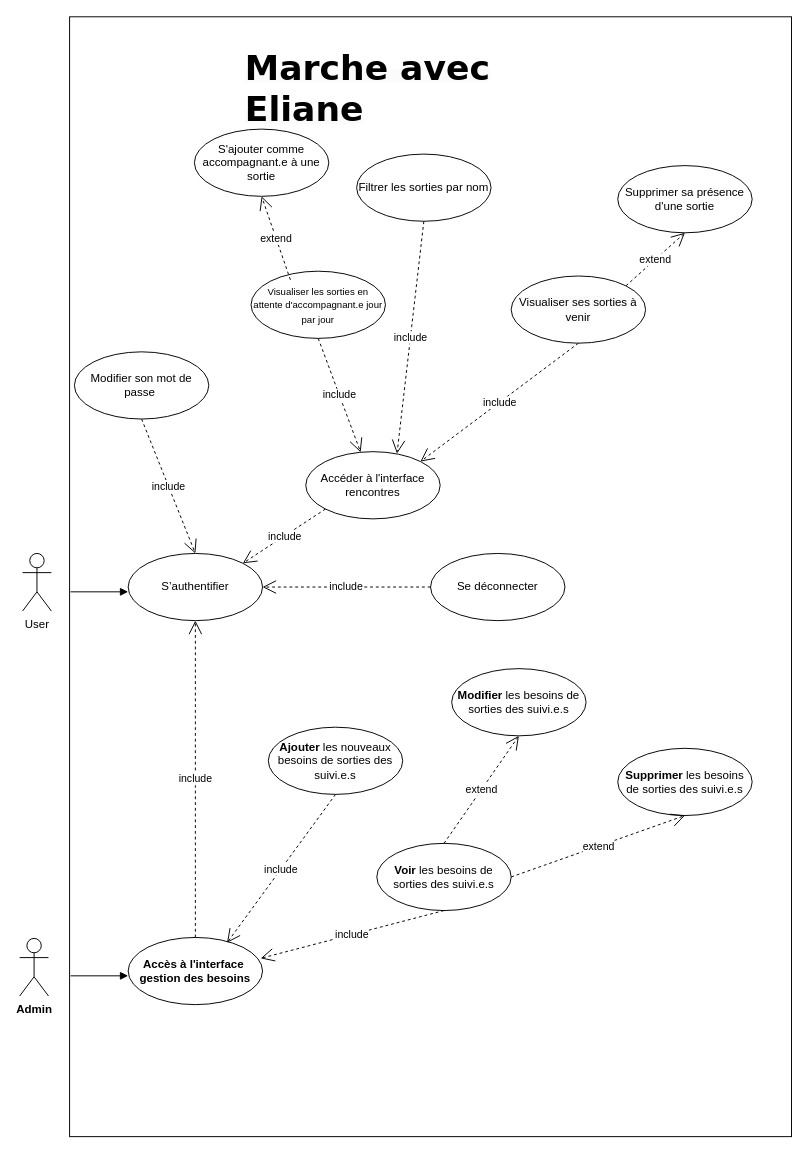
Earlier version of the draw.io diagram page "UserCaseDiagram_MaE" (4 of 7) of MCD_MaE.drawio (AnneGicquel/MCD_Marche_avec_Eliane). Source tidied: cells renumbered, new cells numbered last; positions are measured from the earlier drawing's top-left corner, leaving out a move shared by most shapes. Both pictures are drawn from the tidied source at 96%, with x=0, y=0 at pixel (19, 16).
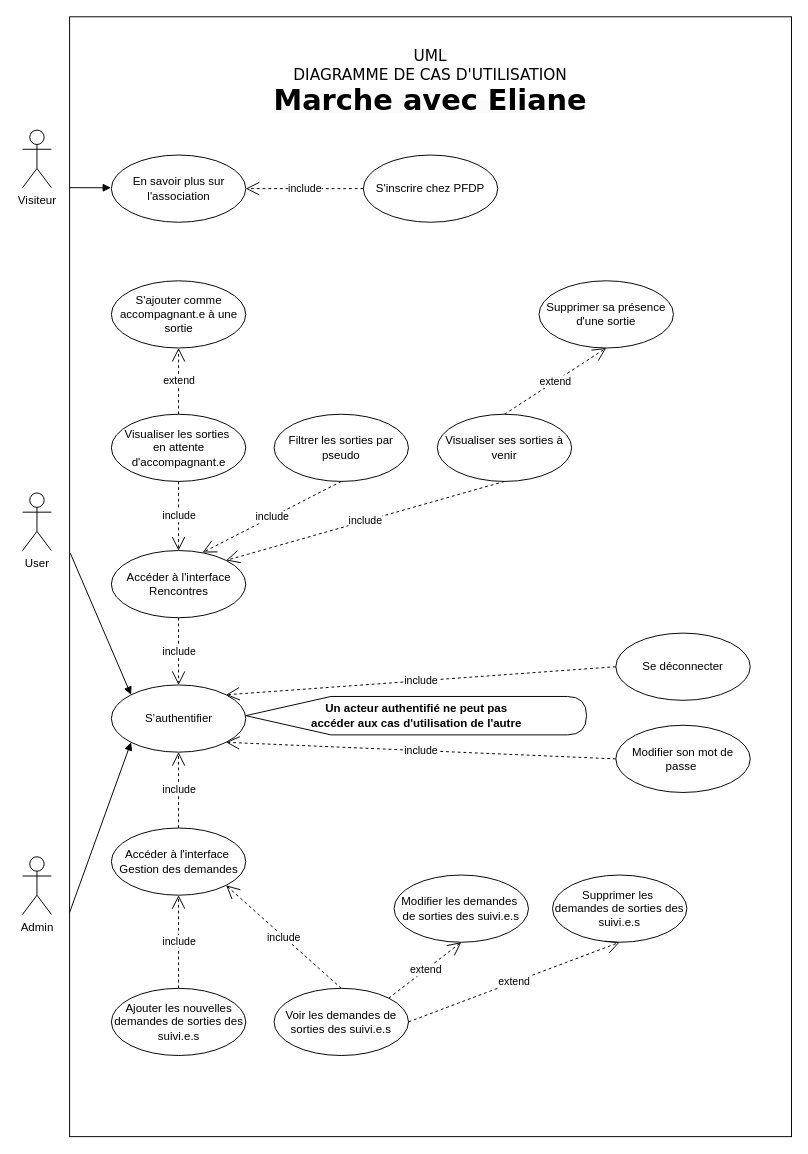
The same diagram, later.

Commit message:
Mettre à jour MCD_MaE.drawio

Unchanged cells that the change refers to:
```xml
<mxCell id="2" style="rounded=0;whiteSpace=wrap;html=1;" parent="1" vertex="1">
  <mxGeometry x="52" width="752" height="1166.5" as="geometry" />
</mxCell>
```

What changed in the source:
```diff
@@
     <mxCell id="3" value="User" style="shape=umlActor;verticalLabelPosition=bottom;verticalAlign=top;html=1;" parent="1" vertex="1">
-      <mxGeometry x="3" y="559" width="30" height="60" as="geometry" />
+      <mxGeometry x="3" y="496" width="30" height="60" as="geometry" />
     </mxCell>
-    <mxCell id="4" value="&lt;span&gt;Admin&lt;/span&gt;" style="shape=umlActor;verticalLabelPosition=bottom;verticalAlign=top;html=1;fontStyle=1;" parent="1" vertex="1">
-      <mxGeometry y="960" width="30" height="60" as="geometry" />
+    <mxCell id="4" value="&lt;span style=&quot;font-weight: normal;&quot;&gt;Admin&lt;/span&gt;" style="shape=umlActor;verticalLabelPosition=bottom;verticalAlign=top;html=1;fontStyle=1;" parent="1" vertex="1">
+      <mxGeometry x="3" y="875" width="30" height="60" as="geometry" />
     </mxCell>
-    <mxCell id="5" value="S’authentifier" style="ellipse;whiteSpace=wrap;html=1;" parent="1" vertex="1">
-      <mxGeometry x="113" y="559" width="140" height="70" as="geometry" />
-    </mxCell>
-    <mxCell id="6" value="include" style="endArrow=open;endSize=12;dashed=1;html=1;rounded=0;exitX=0.5;exitY=1;exitDx=0;exitDy=0;entryX=0.5;entryY=0;entryDx=0;entryDy=0;" parent="1" edge="1" source="7" target="5">
+    <mxCell id="6" value="include" style="endArrow=open;endSize=12;dashed=1;html=1;rounded=0;exitX=0;exitY=0.5;exitDx=0;exitDy=0;entryX=1;entryY=1;entryDx=0;entryDy=0;" parent="1" edge="1" source="7" target="5">
       <mxGeometry relative="1" as="geometry" />
     </mxCell>
     <mxCell id="7" value="Modifier son mot de passe&amp;nbsp;" style="ellipse;whiteSpace=wrap;html=1;" parent="1" vertex="1">
-      <mxGeometry x="57" y="349" width="140" height="70" as="geometry" />
+      <mxGeometry x="621" y="738" width="140" height="70" as="geometry" />
     </mxCell>
-    <mxCell id="8" value="Accéder à l'interface rencontres" style="ellipse;whiteSpace=wrap;html=1;" parent="1" vertex="1">
-      <mxGeometry x="298" y="453" width="140" height="70" as="geometry" />
+    <mxCell id="8" value="Accéder à l'interface Rencontres" style="ellipse;whiteSpace=wrap;html=1;" parent="1" vertex="1">
+      <mxGeometry x="95.5" y="556" width="140" height="70" as="geometry" />
     </mxCell>
-    <mxCell id="9" value="&lt;div&gt;&lt;span style=&quot;background-color: initial;&quot;&gt;&lt;font style=&quot;font-size: 10px;&quot;&gt;Visualiser les sorties en attente d'accompagnant.e jour par jour&lt;/font&gt;&lt;/span&gt;&lt;br&gt;&lt;/div&gt;" style="ellipse;whiteSpace=wrap;html=1;" parent="1" vertex="1">
-      <mxGeometry x="241" y="265" width="140" height="70" as="geometry" />
+    <mxCell id="9" value="&lt;div style=&quot;&quot;&gt;&lt;span style=&quot;background-color: initial;&quot;&gt;&lt;font style=&quot;font-size: 12px;&quot;&gt;Visualiser les sorties&amp;nbsp;&lt;/font&gt;&lt;/span&gt;&lt;/div&gt;&lt;div style=&quot;&quot;&gt;&lt;span style=&quot;background-color: initial;&quot;&gt;&lt;font style=&quot;font-size: 12px;&quot;&gt;en attente d'accompagnant.e&lt;/font&gt;&lt;/span&gt;&lt;/div&gt;" style="ellipse;whiteSpace=wrap;html=1;" parent="1" vertex="1">
+      <mxGeometry x="95.5" y="414" width="140" height="70" as="geometry" />
     </mxCell>
     <mxCell id="10" value="S'ajouter comme accompagnant.e à une sortie" style="ellipse;whiteSpace=wrap;html=1;" parent="1" vertex="1">
-      <mxGeometry x="182" y="117" width="140" height="70" as="geometry" />
+      <mxGeometry x="95.5" y="275" width="140" height="70" as="geometry" />
     </mxCell>
     <mxCell id="11" value="&lt;span style=&quot;color: rgb(0, 0, 0); font-family: Helvetica; font-size: 12px; font-style: normal; font-variant-ligatures: normal; font-variant-caps: normal; font-weight: 400; letter-spacing: normal; orphans: 2; text-align: center; text-indent: 0px; text-transform: none; widows: 2; word-spacing: 0px; -webkit-text-stroke-width: 0px; white-space: normal; background-color: rgb(251, 251, 251); text-decoration-thickness: initial; text-decoration-style: initial; text-decoration-color: initial; display: inline !important; float: none;&quot;&gt;Visualiser ses sorties à venir&lt;/span&gt;" style="ellipse;whiteSpace=wrap;html=1;" parent="1" vertex="1">
-      <mxGeometry x="512" y="270" width="140" height="70" as="geometry" />
+      <mxGeometry x="435" y="414" width="140" height="70" as="geometry" />
     </mxCell>
-    <mxCell id="12" value="Filtrer les sorties par nom" style="ellipse;whiteSpace=wrap;html=1;" parent="1" vertex="1">
-      <mxGeometry x="351" y="143" width="140" height="70" as="geometry" />
+    <mxCell id="12" value="Filtrer les sorties par pseudo" style="ellipse;whiteSpace=wrap;html=1;" parent="1" vertex="1">
+      <mxGeometry x="265" y="414" width="140" height="70" as="geometry" />
     </mxCell>
     <mxCell id="13" value="Supprimer sa présence d'une sortie" style="ellipse;whiteSpace=wrap;html=1;" parent="1" vertex="1">
-      <mxGeometry x="623" y="155" width="140" height="70" as="geometry" />
+      <mxGeometry x="541" y="275" width="140" height="70" as="geometry" />
     </mxCell>
@@
-    <mxCell id="16" value="extend" style="endArrow=open;endSize=12;dashed=1;html=1;rounded=0;exitX=0.5;exitY=1;exitDx=0;exitDy=0;entryX=0.5;entryY=1;entryDx=0;entryDy=0;" parent="1" edge="1" target="10">
-      <mxGeometry relative="1" as="geometry">
-        <mxPoint x="282" y="274" as="sourcePoint" />
-      </mxGeometry>
+    <mxCell id="16" value="extend" style="endArrow=open;endSize=12;dashed=1;html=1;rounded=0;exitX=0.5;exitY=0;exitDx=0;exitDy=0;entryX=0.5;entryY=1;entryDx=0;entryDy=0;" parent="1" edge="1" source="9" target="10">
+      <mxGeometry relative="1" as="geometry" />
     </mxCell>
@@
-    <mxCell id="18" value="include" style="endArrow=open;endSize=12;dashed=1;html=1;rounded=0;entryX=1;entryY=0;entryDx=0;entryDy=0;exitX=0;exitY=1;exitDx=0;exitDy=0;" parent="1" edge="1" source="8" target="5">
+    <mxCell id="18" value="include" style="endArrow=open;endSize=12;dashed=1;html=1;rounded=0;exitX=0.5;exitY=1;exitDx=0;exitDy=0;entryX=0.5;entryY=0;entryDx=0;entryDy=0;" parent="1" edge="1" source="8" target="5">
       <mxGeometry relative="1" as="geometry" />
     </mxCell>
-    <mxCell id="19" value="extend" style="endArrow=open;endSize=12;dashed=1;html=1;rounded=0;entryX=0.5;entryY=1;entryDx=0;entryDy=0;exitX=1;exitY=0;exitDx=0;exitDy=0;" parent="1" edge="1" source="11" target="13">
+    <mxCell id="19" value="extend" style="endArrow=open;endSize=12;dashed=1;html=1;rounded=0;entryX=0.5;entryY=1;entryDx=0;entryDy=0;exitX=0.5;exitY=0;exitDx=0;exitDy=0;" parent="1" edge="1" source="11" target="13">
       <mxGeometry relative="1" as="geometry" />
     </mxCell>
-    <mxCell id="20" value="&lt;span style=&quot;font-weight: 700;&quot;&gt;Accès à l'interface&amp;nbsp; gestion des besoins&lt;/span&gt;" style="ellipse;whiteSpace=wrap;html=1;" parent="1" vertex="1">
-      <mxGeometry x="113" y="959" width="140" height="70" as="geometry" />
+    <mxCell id="20" value="Accéder à l'interface&amp;nbsp; Gestion des demandes" style="ellipse;whiteSpace=wrap;html=1;" parent="1" vertex="1">
+      <mxGeometry x="95.5" y="845" width="140" height="70" as="geometry" />
     </mxCell>
@@
     <mxCell id="22" style="html=1;verticalAlign=bottom;endArrow=block;curved=0;rounded=0;" parent="1" edge="1">
       <mxGeometry x="0.75" y="80" relative="1" as="geometry">
-        <mxPoint x="53" y="599" as="sourcePoint" />
-        <mxPoint x="113" y="599" as="targetPoint" />
+        <mxPoint x="52" y="178" as="sourcePoint" />
+        <mxPoint x="95" y="178.1" as="targetPoint" />
       </mxGeometry>
     </mxCell>
-    <mxCell id="23" style="html=1;verticalAlign=bottom;endArrow=block;curved=0;rounded=0;" parent="1" edge="1">
+    <mxCell id="23" style="html=1;verticalAlign=bottom;endArrow=block;curved=0;rounded=0;entryX=0;entryY=1;entryDx=0;entryDy=0;" parent="1" edge="1" target="5">
       <mxGeometry x="1" y="-41" relative="1" as="geometry">
-        <mxPoint x="53" y="999" as="sourcePoint" />
-        <mxPoint x="113" y="999" as="targetPoint" />
+        <mxPoint x="52" y="933" as="sourcePoint" />
         <mxPoint x="10" y="-1" as="offset" />
       </mxGeometry>
     </mxCell>
-    <mxCell id="24" value="&lt;b&gt;Voir&lt;/b&gt;&amp;nbsp;les besoins de sorties des suivi.e.s" style="ellipse;whiteSpace=wrap;html=1;" parent="1" vertex="1">
-      <mxGeometry x="372" y="861" width="140" height="70" as="geometry" />
+    <mxCell id="24" value="Voir&amp;nbsp;les demandes de sorties des suivi.e.s" style="ellipse;whiteSpace=wrap;html=1;" parent="1" vertex="1">
+      <mxGeometry x="265" y="1012" width="140" height="70" as="geometry" />
     </mxCell>
-    <mxCell id="25" value="&lt;b&gt;Ajouter&lt;/b&gt; les nouveaux besoins de sorties des suivi.e.s" style="ellipse;whiteSpace=wrap;html=1;" parent="1" vertex="1">
-      <mxGeometry x="259" y="740" width="140" height="70" as="geometry" />
+    <mxCell id="25" value="Ajouter les nouvelles demandes de sorties des suivi.e.s" style="ellipse;whiteSpace=wrap;html=1;" parent="1" vertex="1">
+      <mxGeometry x="95.5" y="1012" width="140" height="70" as="geometry" />
     </mxCell>
-    <mxCell id="26" value="&lt;b&gt;Supprimer&lt;/b&gt; les besoins de sorties des suivi.e.s" style="ellipse;whiteSpace=wrap;html=1;" parent="1" vertex="1">
-      <mxGeometry x="623" y="762" width="140" height="70" as="geometry" />
+    <mxCell id="26" value="Supprimer les&amp;nbsp;&lt;div&gt;demandes&amp;nbsp;&lt;span style=&quot;background-color: initial;&quot;&gt;de sorties des suivi.e.s&lt;/span&gt;&lt;/div&gt;" style="ellipse;whiteSpace=wrap;html=1;" parent="1" vertex="1">
+      <mxGeometry x="555" y="894" width="140" height="70" as="geometry" />
     </mxCell>
-    <mxCell id="27" value="include" style="endArrow=open;endSize=12;dashed=1;html=1;rounded=0;exitX=0.5;exitY=1;exitDx=0;exitDy=0;entryX=0.986;entryY=0.311;entryDx=0;entryDy=0;entryPerimeter=0;" parent="1" edge="1" source="24" target="20">
+    <mxCell id="27" value="include" style="endArrow=open;endSize=12;dashed=1;html=1;rounded=0;exitX=0.5;exitY=0;exitDx=0;exitDy=0;entryX=1;entryY=1;entryDx=0;entryDy=0;" parent="1" edge="1" source="24" target="20">
       <mxGeometry relative="1" as="geometry" />
     </mxCell>
-    <mxCell id="28" value="include" style="endArrow=open;endSize=12;dashed=1;html=1;rounded=0;entryX=0.736;entryY=0.079;entryDx=0;entryDy=0;exitX=0.5;exitY=1;exitDx=0;exitDy=0;entryPerimeter=0;" parent="1" edge="1" source="25" target="20">
+    <mxCell id="28" value="include" style="endArrow=open;endSize=12;dashed=1;html=1;rounded=0;entryX=0.5;entryY=1;entryDx=0;entryDy=0;exitX=0.5;exitY=0;exitDx=0;exitDy=0;" parent="1" edge="1" source="25" target="20">
       <mxGeometry relative="1" as="geometry" />
     </mxCell>
-    <mxCell id="29" value="&lt;span style=&quot;color: rgb(0, 0, 0); font-style: normal; font-variant-ligatures: normal; font-variant-caps: normal; letter-spacing: normal; orphans: 2; text-align: center; text-indent: 0px; text-transform: none; widows: 2; word-spacing: 0px; -webkit-text-stroke-width: 0px; white-space: normal; background-color: rgb(251, 251, 251); text-decoration-thickness: initial; text-decoration-style: initial; text-decoration-color: initial; float: none; display: inline !important;&quot;&gt;&lt;font face=&quot;Verdana&quot; style=&quot;font-size: 36px;&quot;&gt;&lt;b style=&quot;&quot;&gt;Marche avec Eliane&lt;/b&gt;&lt;/font&gt;&lt;/span&gt;" style="text;whiteSpace=wrap;html=1;" parent="1" vertex="1">
+    <mxCell id="29" value="&lt;span style=&quot;color: rgb(0, 0, 0); font-style: normal; font-variant-ligatures: normal; font-variant-caps: normal; letter-spacing: normal; orphans: 2; text-indent: 0px; text-transform: none; widows: 2; word-spacing: 0px; -webkit-text-stroke-width: 0px; white-space: normal; background-color: rgb(251, 251, 251); text-decoration-thickness: initial; text-decoration-style: initial; text-decoration-color: initial; float: none; display: inline !important; font-size: 16px;&quot;&gt;&lt;font style=&quot;font-size: 16px;&quot; face=&quot;Verdana&quot;&gt;&lt;p style=&quot;margin: 0px; font-variant-numeric: normal; font-variant-east-asian: normal; font-variant-alternates: normal; font-kerning: auto; font-optical-sizing: auto; font-feature-settings: normal; font-variation-settings: normal; font-variant-position: normal; font-stretch: normal; line-height: normal;&quot; class=&quot;p1&quot;&gt;UML&lt;/p&gt;&lt;div style=&quot;&quot;&gt;DIAGRAMME DE CAS D'UTILISATION&lt;/div&gt;&lt;/font&gt;&lt;/span&gt;&lt;div style=&quot;&quot;&gt;&lt;span style=&quot;color: rgb(0, 0, 0); font-style: normal; font-variant-ligatures: normal; font-variant-caps: normal; letter-spacing: normal; orphans: 2; text-indent: 0px; text-transform: none; widows: 2; word-spacing: 0px; -webkit-text-stroke-width: 0px; white-space: normal; background-color: rgb(251, 251, 251); text-decoration-thickness: initial; text-decoration-style: initial; text-decoration-color: initial; float: none; display: inline !important;&quot;&gt;&lt;font size=&quot;1&quot; face=&quot;Verdana&quot; style=&quot;&quot;&gt;&lt;b style=&quot;font-size: 30px;&quot;&gt;Marche avec Eliane&lt;/b&gt;&lt;/font&gt;&lt;/span&gt;&lt;/div&gt;" style="text;whiteSpace=wrap;html=1;align=center;" parent="1" vertex="1">
       <mxGeometry x="233" y="25" width="390" height="40" as="geometry" />
     </mxCell>
-    <mxCell id="30" value="&lt;b&gt;Modifier&lt;/b&gt;&amp;nbsp;les besoins de sorties des suivi.e.s" style="ellipse;whiteSpace=wrap;html=1;" parent="1" vertex="1">
-      <mxGeometry x="450" y="679" width="140" height="70" as="geometry" />
+    <mxCell id="30" value="Modifier&amp;nbsp;les demandes&amp;nbsp;&lt;div&gt;de sorties des suivi.e.s&lt;/div&gt;" style="ellipse;whiteSpace=wrap;html=1;" parent="1" vertex="1">
+      <mxGeometry x="390" y="894" width="140" height="70" as="geometry" />
     </mxCell>
@@
-    <mxCell id="32" value="extend" style="endArrow=open;endSize=12;dashed=1;html=1;rounded=0;entryX=0.5;entryY=1;entryDx=0;entryDy=0;exitX=0.5;exitY=0;exitDx=0;exitDy=0;" parent="1" edge="1" source="24" target="30">
+    <mxCell id="32" value="extend" style="endArrow=open;endSize=12;dashed=1;html=1;rounded=0;entryX=0.5;entryY=1;entryDx=0;entryDy=0;exitX=1;exitY=0;exitDx=0;exitDy=0;" parent="1" edge="1" source="24" target="30">
       <mxGeometry relative="1" as="geometry" />
     </mxCell>
     <mxCell id="33" value="Se déconnecter" style="ellipse;whiteSpace=wrap;html=1;" parent="1" vertex="1">
-      <mxGeometry x="428" y="559" width="140" height="70" as="geometry" />
+      <mxGeometry x="621" y="642" width="140" height="70" as="geometry" />
     </mxCell>
-    <mxCell id="34" value="include" style="endArrow=open;endSize=12;dashed=1;html=1;rounded=0;entryX=1;entryY=0.5;entryDx=0;entryDy=0;exitX=0;exitY=0.5;exitDx=0;exitDy=0;" parent="1" edge="1" source="33" target="5">
+    <mxCell id="34" value="include" style="endArrow=open;endSize=12;dashed=1;html=1;rounded=0;entryX=1;entryY=0;entryDx=0;entryDy=0;exitX=0;exitY=0.5;exitDx=0;exitDy=0;" parent="1" edge="1" source="33" target="5">
       <mxGeometry relative="1" as="geometry" />
     </mxCell>
+    <mxCell id="5" value="S’authentifier" style="ellipse;whiteSpace=wrap;html=1;" parent="1" vertex="1">
+      <mxGeometry x="95.5" y="696" width="140" height="70" as="geometry" />
+    </mxCell>
+    <mxCell id="35" value="&lt;b&gt;Un acteur authentifié ne peut pas&lt;br&gt;accéder aux cas d'utilisation de l'autre&lt;/b&gt;" style="shape=display;whiteSpace=wrap;html=1;" parent="1" vertex="1">
+      <mxGeometry x="235.5" y="708" width="355" height="40" as="geometry" />
+    </mxCell>
+    <mxCell id="36" value="Visiteur" style="shape=umlActor;verticalLabelPosition=bottom;verticalAlign=top;html=1;" parent="1" vertex="1">
+      <mxGeometry x="3" y="118" width="30" height="60" as="geometry" />
+    </mxCell>
+    <mxCell id="37" value="En savoir plus sur l'association" style="ellipse;whiteSpace=wrap;html=1;" parent="1" vertex="1">
+      <mxGeometry x="95.5" y="144" width="140" height="70" as="geometry" />
+    </mxCell>
+    <mxCell id="38" value="S'inscrire chez PFDP" style="ellipse;whiteSpace=wrap;html=1;" parent="1" vertex="1">
+      <mxGeometry x="358" y="144" width="140" height="70" as="geometry" />
+    </mxCell>
+    <mxCell id="39" style="html=1;verticalAlign=bottom;endArrow=block;curved=0;rounded=0;exitX=0.001;exitY=0.479;exitDx=0;exitDy=0;exitPerimeter=0;entryX=0;entryY=0;entryDx=0;entryDy=0;" parent="1" edge="1" source="2" target="5">
+      <mxGeometry x="0.75" y="80" relative="1" as="geometry" />
+    </mxCell>
+    <mxCell id="40" value="include" style="endArrow=open;endSize=12;dashed=1;html=1;rounded=0;exitX=0;exitY=0.5;exitDx=0;exitDy=0;entryX=1;entryY=0.5;entryDx=0;entryDy=0;" parent="1" edge="1" source="38" target="37">
+      <mxGeometry relative="1" as="geometry" />
+    </mxCell>
```
